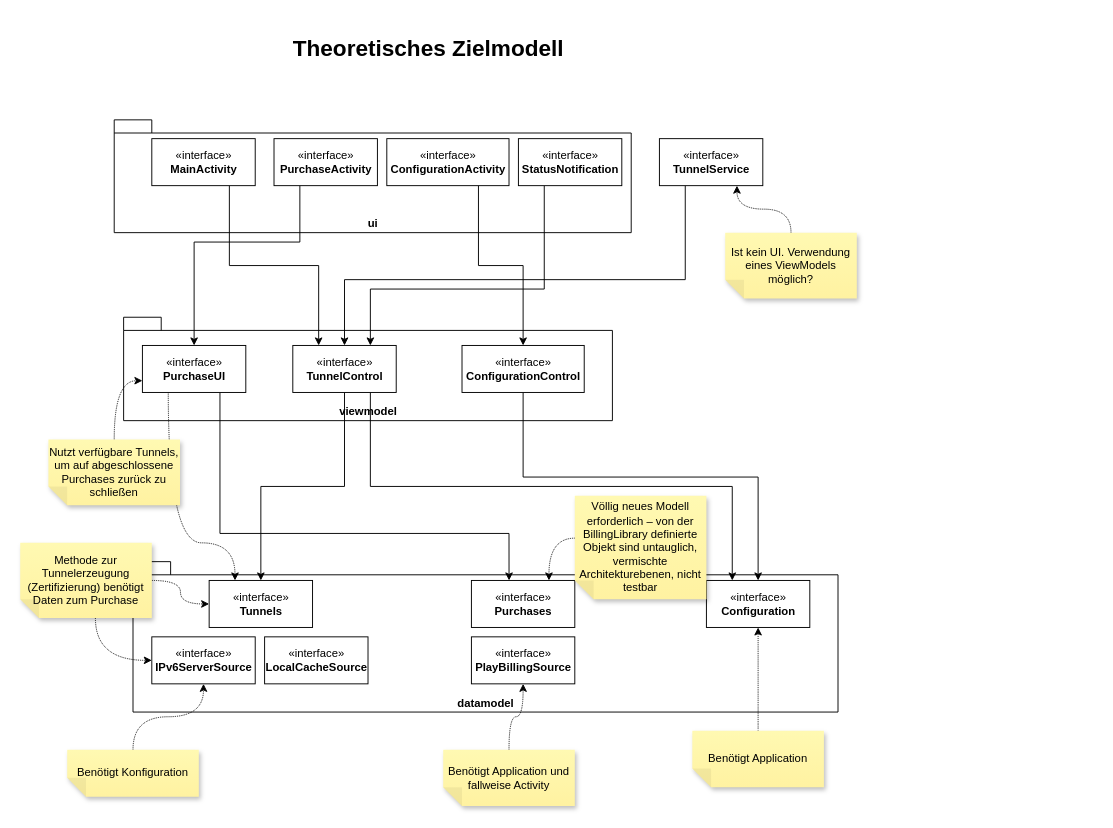
Earlier version of the draw.io diagram IPv6Droid/Documentation/Unbenanntes Diagramm.drawio (pelzvieh/IPv6Droid). Source tidied: cells renumbered, new cells numbered last; positions are measured from the earlier drawing's top-left corner, leaving out a move shared by most shapes. Both pictures are drawn from the tidied source at 94%, with x=0, y=0 at pixel (20, 16).
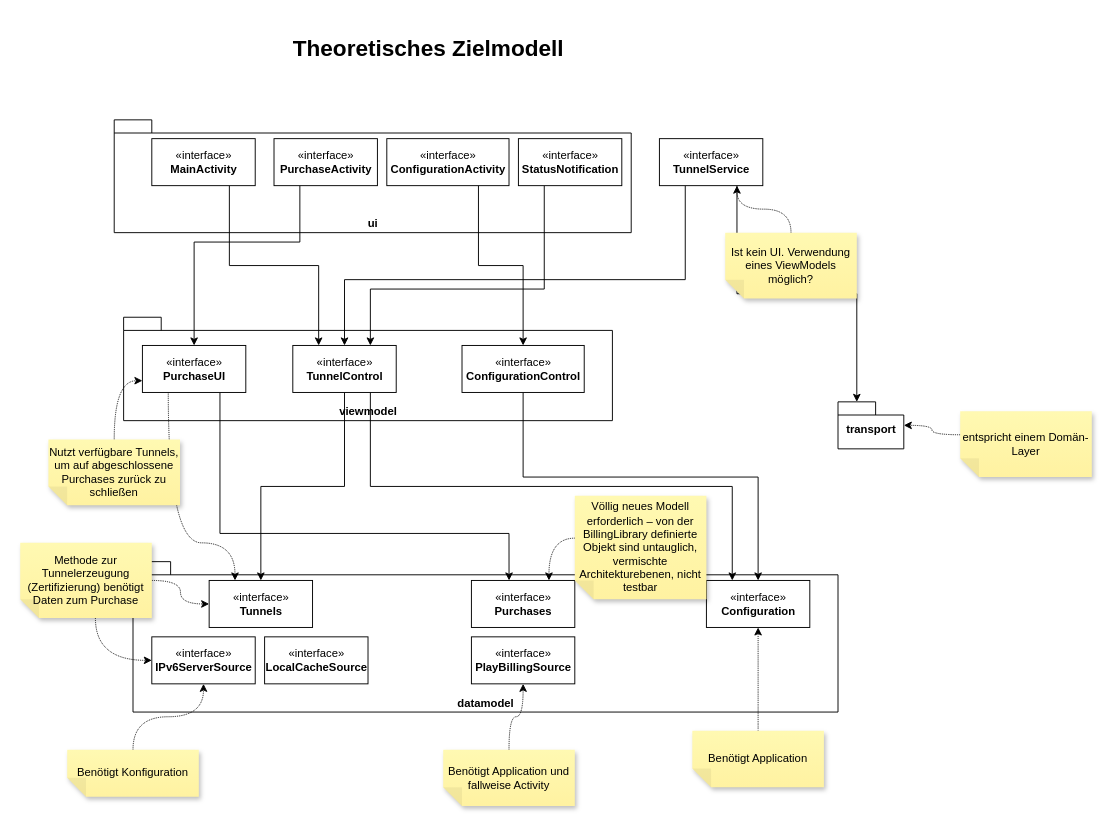
The same diagram, later.

The change refers to these unchanged cells:
```xml
<mxCell id="20" value="&lt;div&gt;«interface»&lt;b&gt;&lt;br&gt;&lt;/b&gt;&lt;/div&gt;&lt;div&gt;&lt;b&gt;TunnelService&lt;/b&gt;&lt;/div&gt;" style="html=1;" parent="1" vertex="1">
  <mxGeometry x="680" y="130" width="110" height="50" as="geometry" />
</mxCell>
```

The edit, as a diff of the source:
```diff
@@
+    <mxCell id="45" style="edgeStyle=orthogonalEdgeStyle;rounded=0;jettySize=auto;html=1;exitX=0.75;exitY=1;exitDx=0;exitDy=0;entryX=0;entryY=0;entryDx=20;entryDy=0;entryPerimeter=0;" parent="1" edge="1" source="20" target="46">
+      <mxGeometry relative="1" as="geometry" />
+    </mxCell>
@@
+    <mxCell id="46" value="transport" style="shape=folder;fontStyle=1;spacingTop=10;tabWidth=40;tabHeight=14;tabPosition=left;html=1;" parent="1" vertex="1">
+      <mxGeometry x="870" y="410" width="70" height="50" as="geometry" />
+    </mxCell>
+    <mxCell id="47" style="edgeStyle=orthogonalEdgeStyle;jettySize=auto;html=1;exitX=0;exitY=0;exitDx=140;exitDy=45;exitPerimeter=0;curved=1;dashed=1;dashPattern=1 1;" parent="1" edge="1" source="48" target="46">
+      <mxGeometry relative="1" as="geometry" />
+    </mxCell>
+    <mxCell id="48" value="entspricht einem Domän-Layer" style="shape=note;whiteSpace=wrap;html=1;backgroundOutline=1;fontColor=#000000;darkOpacity=0.05;fillColor=#FFF9B2;strokeColor=none;fillStyle=solid;direction=west;gradientDirection=north;gradientColor=#FFF2A1;shadow=1;size=20;" parent="1" vertex="1">
+      <mxGeometry x="1000" y="420" width="140" height="70" as="geometry" />
+    </mxCell>
```
